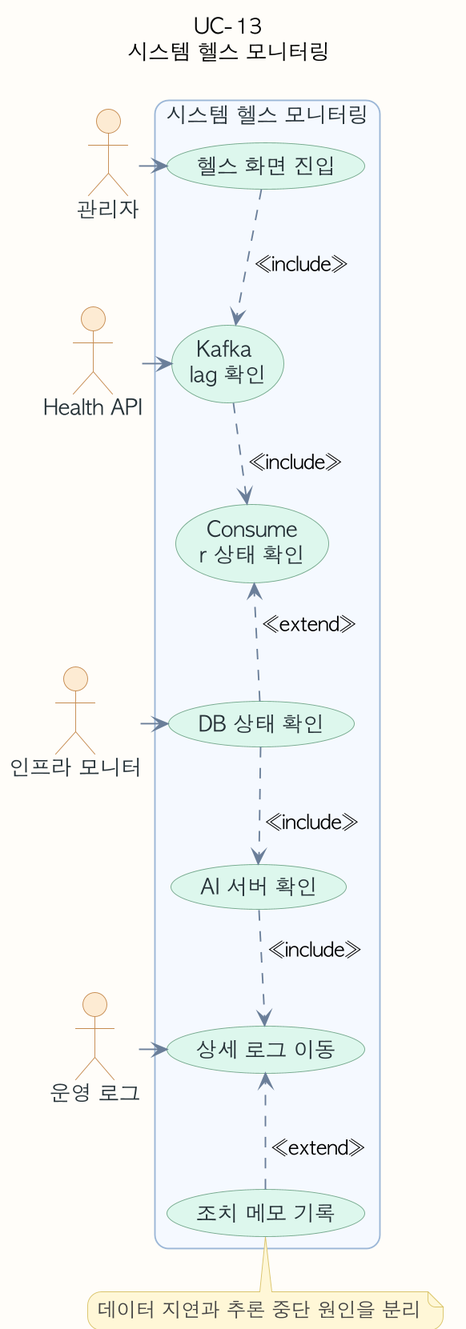
ricky30825-creator/BMS keeps this PlantUML diagram as assets/diagrams/usecase/uc-13-usecase.png. Above is the earlier version. Its source is kept beside it as assets/diagrams/usecase/uc-13-usecase.puml. The source it was exported from:
```plantuml
@startuml
!pragma layout smetana
skinparam backgroundColor #FEFCF8
skinparam shadowing false
skinparam dpi 180
skinparam defaultFontName "AppleGothic"
skinparam roundcorner 18
skinparam usecase {
  BackgroundColor #F8FAFC
  BorderColor #8EA7C2
  ArrowColor #6B7F99
  FontColor #263238
}
skinparam actor {
  BackgroundColor #FDEBD3
  BorderColor #C58A50
  FontColor #263238
}
skinparam rectangle {
  BackgroundColor #F4F8FF
  BorderColor #9BB6D6
  FontColor #263238
}
skinparam note {
  BackgroundColor #FFF7D6
  BorderColor #D9C36A
  FontColor #444444
}
top to bottom direction
skinparam usecase {
  BackgroundColor #DDF6EC
  BorderColor #74A88C
}
title UC-13\n시스템 헬스 모니터링
actor "관리자" as A
actor "Health API" as S1
actor "인프라 모니터" as S2
actor "운영 로그" as S3
rectangle "시스템 헬스 모니터링" {
  usecase "헬스 화면 진입" as U1
  usecase "Kafka \nlag 확인" as U2
  usecase "Consume\nr 상태 확인" as U3
  usecase "DB 상태 확인" as U4
  usecase "AI 서버 확인" as U5
  usecase "상세 로그 이동" as U6
  usecase "조치 메모 기록" as U7
}
U1 -[hidden]down- U2
U2 -[hidden]down- U3
U3 -[hidden]down- U4
U4 -[hidden]down- U5
U5 -[hidden]down- U6
U6 -[hidden]down- U7
A -right-> U1
S1 -left-> U2
S2 -left-> U4
S3 -left-> U6
U1 ..> U2 : <<include>>
U2 ..> U3 : <<include>>
U4 ..> U3 : <<extend>>
U4 ..> U5 : <<include>>
U5 ..> U6 : <<include>>
U7 ..> U6 : <<extend>>
note bottom of U7
데이터 지연과 추론 중단 원인을 분리
end note
@enduml
```
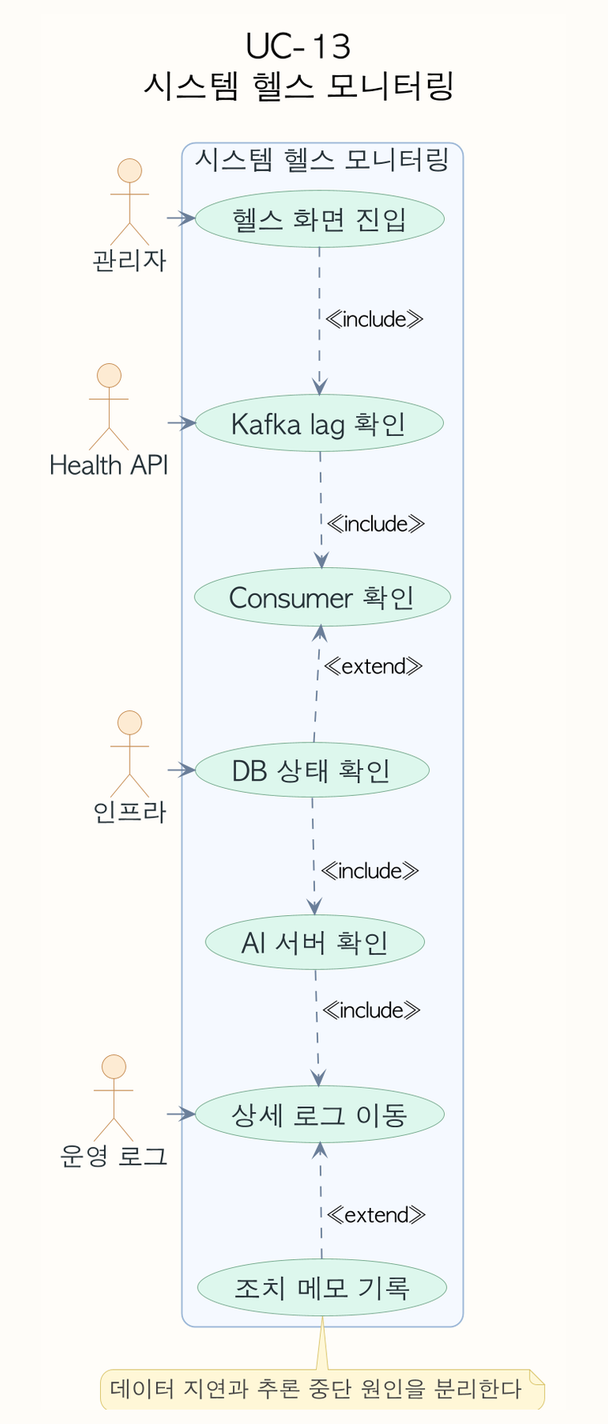
After the commit.

The edit, as a diff of the source:
```diff
@@ -4,6 +4,12 @@
 skinparam shadowing false
 skinparam dpi 180
 skinparam defaultFontName "AppleGothic"
+skinparam defaultFontSize 18
+skinparam TitleFontSize 22
+skinparam ActorFontSize 17
+skinparam UsecaseFontSize 18
+skinparam NoteFontSize 15
+skinparam ArrowFontSize 14
 skinparam roundcorner 18
 skinparam usecase {
   BackgroundColor #F8FAFC
@@ -34,12 +40,12 @@
 title UC-13\n시스템 헬스 모니터링
 actor "관리자" as A
 actor "Health API" as S1
-actor "인프라 모니터" as S2
+actor "인프라" as S2
 actor "운영 로그" as S3
 rectangle "시스템 헬스 모니터링" {
   usecase "헬스 화면 진입" as U1
-  usecase "Kafka \nlag 확인" as U2
-  usecase "Consume\nr 상태 확인" as U3
+  usecase "Kafka lag 확인" as U2
+  usecase "Consumer 확인" as U3
   usecase "DB 상태 확인" as U4
   usecase "AI 서버 확인" as U5
   usecase "상세 로그 이동" as U6
@@ -62,6 +68,6 @@
 U5 ..> U6 : <<include>>
 U7 ..> U6 : <<extend>>
 note bottom of U7
-데이터 지연과 추론 중단 원인을 분리
+데이터 지연과 추론 중단 원인을 분리한다
 end note
 @enduml
```
